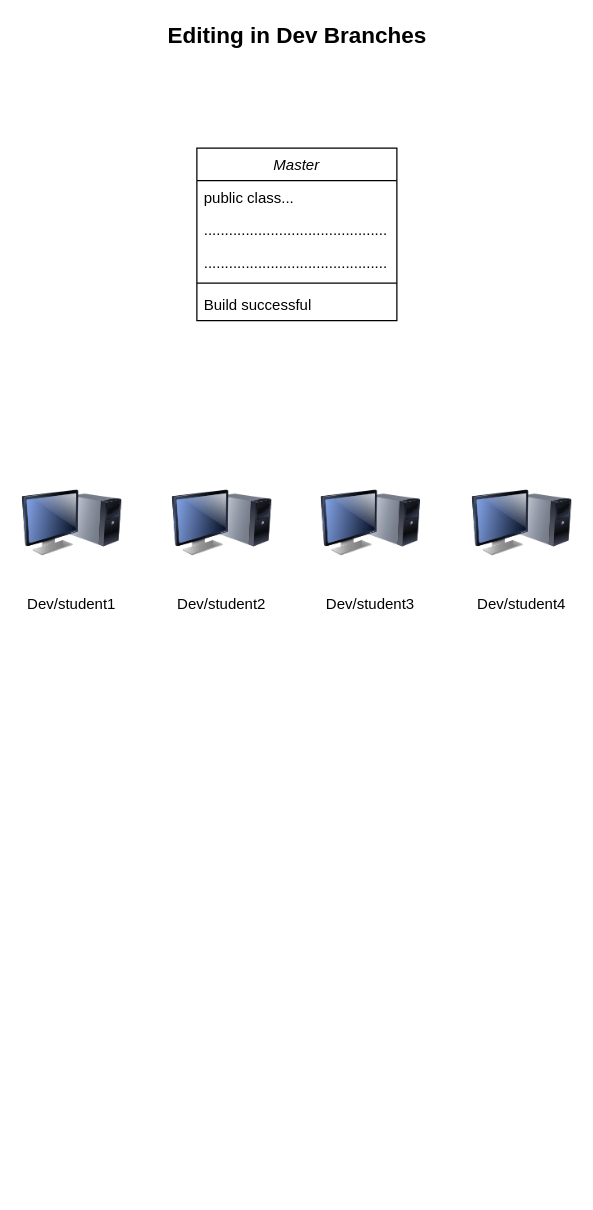
Earlier version of the draw.io diagram Never-Edit-Master.drawio (2kkei/CSS496). Source tidied: cells renumbered, new cells numbered last; positions are measured from the earlier drawing's top-left corner, leaving out a move shared by most shapes. Both pictures are drawn from the tidied source at 125%, with x=0, y=0 at pixel (21, 22).
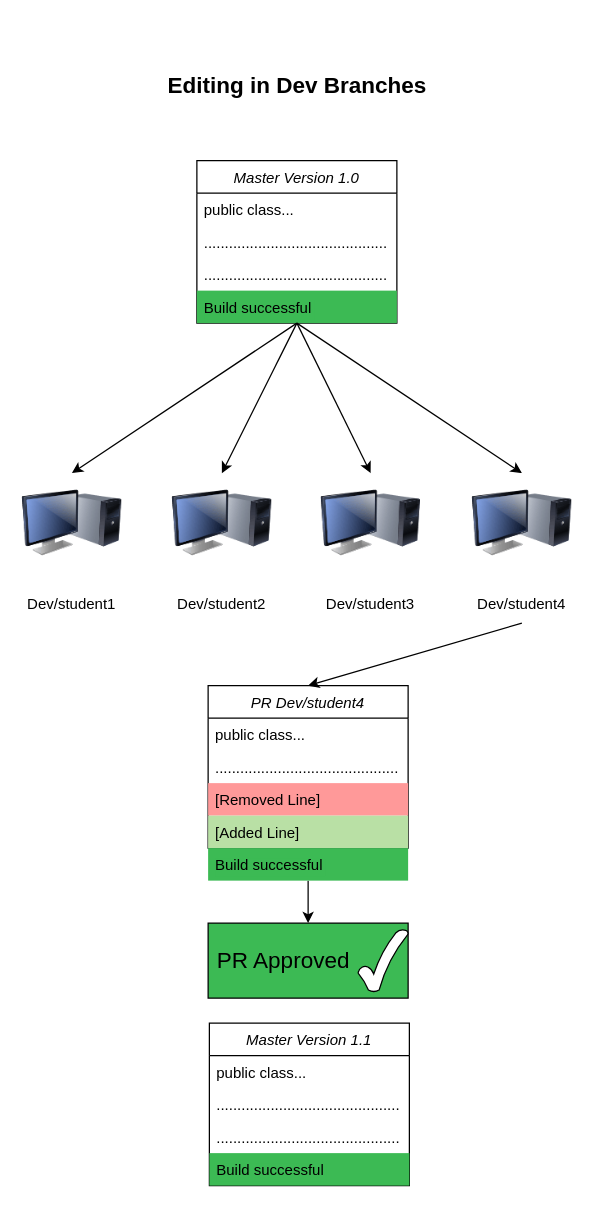
Above is the later version.

Unchanged cells that the change refers to:
```xml
<mxCell id="8" style="image;html=1;image=img/lib/clip_art/computers/Monitor_Tower_128x128.png;" parent="1" vertex="1">
  <mxGeometry y="360" width="80" height="80" as="geometry" />
</mxCell>
<mxCell id="9" style="image;html=1;image=img/lib/clip_art/computers/Monitor_Tower_128x128.png;" parent="1" vertex="1">
  <mxGeometry x="120" y="360" width="80" height="80" as="geometry" />
</mxCell>
<mxCell id="10" style="image;html=1;image=img/lib/clip_art/computers/Monitor_Tower_128x128.png;" parent="1" vertex="1">
  <mxGeometry x="239" y="360" width="80" height="80" as="geometry" />
</mxCell>
<mxCell id="11" style="image;html=1;image=img/lib/clip_art/computers/Monitor_Tower_128x128.png;" parent="1" vertex="1">
  <mxGeometry x="360" y="360" width="80" height="80" as="geometry" />
</mxCell>
<mxCell id="15" value="Dev/student4" style="text;html=1;strokeColor=none;fillColor=none;align=center;verticalAlign=middle;whiteSpace=wrap;rounded=0;" parent="1" vertex="1">
  <mxGeometry x="370" y="450" width="60" height="30" as="geometry" />
</mxCell>
```

Diff of the diagram source:
```diff
@@
-    <mxCell id="2" value="Master" style="swimlane;fontStyle=2;align=center;verticalAlign=top;horizontal=1;startSize=26;rounded=0;shadow=0;strokeWidth=1;" parent="1" vertex="1">
-      <mxGeometry x="140" y="100" width="160" height="138" as="geometry" />
+    <mxCell id="2" value="Master Version 1.0" style="swimlane;fontStyle=2;align=center;verticalAlign=top;horizontal=1;startSize=26;rounded=0;shadow=0;strokeWidth=1;" parent="1" vertex="1">
+      <mxGeometry x="140" y="110" width="160" height="130" as="geometry" />
     </mxCell>
@@
-    <mxCell id="6" style="line;html=1;strokeWidth=1;align=left;verticalAlign=middle;spacingTop=-1;spacingLeft=3;spacingRight=3;labelPosition=right;" parent="2" vertex="1">
-      <mxGeometry y="104" width="160" height="8" as="geometry" />
-    </mxCell>
-    <mxCell id="7" value="Build successful" style="text;align=left;verticalAlign=top;spacingLeft=4;spacingRight=4;overflow=hidden;" parent="2" vertex="1">
-      <mxGeometry y="112" width="160" height="26" as="geometry" />
+    <mxCell id="7" value="Build successful" style="text;align=left;verticalAlign=top;spacingLeft=4;spacingRight=4;overflow=hidden;labelBackgroundColor=#3CBA54;fillColor=#3CBA54;" parent="2" vertex="1">
+      <mxGeometry y="104" width="160" height="26" as="geometry" />
     </mxCell>
@@
     <mxCell id="16" value="&lt;font style=&quot;font-size: 18px&quot;&gt;&lt;b&gt;Editing in Dev Branches&lt;/b&gt;&lt;/font&gt;" style="text;html=1;align=center;verticalAlign=middle;strokeColor=none;fillColor=none;" parent="1" vertex="1">
-      <mxGeometry x="110" width="220" height="20" as="geometry" />
+      <mxGeometry x="110" y="40" width="220" height="20" as="geometry" />
     </mxCell>
+    <mxCell id="17" style="endArrow=classic;html=1;rounded=0;fontSize=18;entryX=0.5;entryY=0;entryDx=0;entryDy=0;" parent="1" edge="1" target="8">
+      <mxGeometry relative="1" as="geometry">
+        <mxPoint x="220" y="240" as="sourcePoint" />
+      </mxGeometry>
+    </mxCell>
+    <mxCell id="18" style="endArrow=classic;html=1;rounded=0;fontSize=18;entryX=0.5;entryY=0;entryDx=0;entryDy=0;" parent="1" edge="1" target="9">
+      <mxGeometry relative="1" as="geometry">
+        <mxPoint x="220" y="240" as="sourcePoint" />
+      </mxGeometry>
+    </mxCell>
+    <mxCell id="19" style="endArrow=classic;html=1;rounded=0;fontSize=18;entryX=0.5;entryY=0;entryDx=0;entryDy=0;" parent="1" edge="1" target="10">
+      <mxGeometry relative="1" as="geometry">
+        <mxPoint x="220" y="240" as="sourcePoint" />
+      </mxGeometry>
+    </mxCell>
+    <mxCell id="20" style="endArrow=classic;html=1;rounded=0;fontSize=18;entryX=0.5;entryY=0;entryDx=0;entryDy=0;" parent="1" edge="1" target="11">
+      <mxGeometry relative="1" as="geometry">
+        <mxPoint x="220" y="240" as="sourcePoint" />
+      </mxGeometry>
+    </mxCell>
+    <mxCell id="21" value="PR Dev/student4" style="swimlane;fontStyle=2;align=center;verticalAlign=top;horizontal=1;startSize=26;rounded=0;shadow=0;strokeWidth=1;" parent="1" vertex="1">
+      <mxGeometry x="149" y="530" width="160" height="130" as="geometry" />
+    </mxCell>
+    <mxCell id="22" value="public class..." style="text;align=left;verticalAlign=top;spacingLeft=4;spacingRight=4;overflow=hidden;" parent="21" vertex="1">
+      <mxGeometry y="26" width="160" height="26" as="geometry" />
+    </mxCell>
+    <mxCell id="23" value="............................................ " style="text;align=left;verticalAlign=top;spacingLeft=4;spacingRight=4;overflow=hidden;rounded=0;shadow=0;html=0;" parent="21" vertex="1">
+      <mxGeometry y="52" width="160" height="26" as="geometry" />
+    </mxCell>
+    <mxCell id="24" value="[Removed Line]" style="text;align=left;verticalAlign=top;spacingLeft=4;spacingRight=4;overflow=hidden;rounded=0;shadow=0;html=0;fillColor=#FF9999;" parent="21" vertex="1">
+      <mxGeometry y="78" width="160" height="26" as="geometry" />
+    </mxCell>
+    <mxCell id="25" value="[Added Line]" style="text;align=left;verticalAlign=top;spacingLeft=4;spacingRight=4;overflow=hidden;rounded=0;shadow=0;html=0;fillColor=#B9E0A5;" parent="21" vertex="1">
+      <mxGeometry y="104" width="160" height="26" as="geometry" />
+    </mxCell>
+    <mxCell id="26" style="rounded=0;whiteSpace=wrap;html=1;labelBackgroundColor=#3CBA54;fontSize=18;fillColor=#3CBA54;align=center;" parent="1" vertex="1">
+      <mxGeometry x="149" y="720" width="160" height="60" as="geometry" />
+    </mxCell>
+    <mxCell id="27" value="PR Approved" style="text;html=1;align=center;verticalAlign=middle;strokeColor=none;fillColor=none;fontSize=18;" parent="1" vertex="1">
+      <mxGeometry x="149" y="735" width="120" height="30" as="geometry" />
+    </mxCell>
+    <mxCell id="28" style="verticalLabelPosition=bottom;verticalAlign=top;html=1;shape=mxgraph.basic.tick;labelBackgroundColor=#3CBA54;fontSize=18;fillColor=#FFFFFF;" parent="1" vertex="1">
+      <mxGeometry x="269" y="725" width="40" height="50" as="geometry" />
+    </mxCell>
+    <mxCell id="29" style="endArrow=classic;html=1;rounded=0;fontSize=18;" parent="1" edge="1" source="30">
+      <mxGeometry relative="1" as="geometry">
+        <mxPoint x="229" y="720" as="targetPoint" />
+      </mxGeometry>
+    </mxCell>
+    <mxCell id="30" value="Build successful" style="text;align=left;verticalAlign=top;spacingLeft=4;spacingRight=4;overflow=hidden;points=[[0,0.5],[1,0.5]];portConstraint=eastwest;labelBackgroundColor=#3CBA54;fillColor=#3CBA54;" parent="1" vertex="1">
+      <mxGeometry x="149" y="660" width="160" height="26" as="geometry" />
+    </mxCell>
+    <mxCell id="31" style="endArrow=classic;html=1;rounded=0;fontSize=18;entryX=0.5;entryY=0;entryDx=0;entryDy=0;exitX=0.5;exitY=1;exitDx=0;exitDy=0;" parent="1" edge="1" source="15" target="21">
+      <mxGeometry relative="1" as="geometry" />
+    </mxCell>
+    <mxCell id="32" value="Master Version 1.1" style="swimlane;fontStyle=2;align=center;verticalAlign=top;horizontal=1;startSize=26;rounded=0;shadow=0;strokeWidth=1;" parent="1" vertex="1">
+      <mxGeometry x="150" y="800" width="160" height="130" as="geometry" />
+    </mxCell>
+    <mxCell id="33" value="public class..." style="text;align=left;verticalAlign=top;spacingLeft=4;spacingRight=4;overflow=hidden;" parent="32" vertex="1">
+      <mxGeometry y="26" width="160" height="26" as="geometry" />
+    </mxCell>
+    <mxCell id="34" value="............................................ " style="text;align=left;verticalAlign=top;spacingLeft=4;spacingRight=4;overflow=hidden;rounded=0;shadow=0;html=0;" parent="32" vertex="1">
+      <mxGeometry y="52" width="160" height="26" as="geometry" />
+    </mxCell>
+    <mxCell id="35" value="............................................ " style="text;align=left;verticalAlign=top;spacingLeft=4;spacingRight=4;overflow=hidden;rounded=0;shadow=0;html=0;" parent="32" vertex="1">
+      <mxGeometry y="78" width="160" height="26" as="geometry" />
+    </mxCell>
+    <mxCell id="36" value="Build successful" style="text;align=left;verticalAlign=top;spacingLeft=4;spacingRight=4;overflow=hidden;labelBackgroundColor=#3CBA54;fillColor=#3CBA54;" parent="32" vertex="1">
+      <mxGeometry y="104" width="160" height="26" as="geometry" />
+    </mxCell>
```
